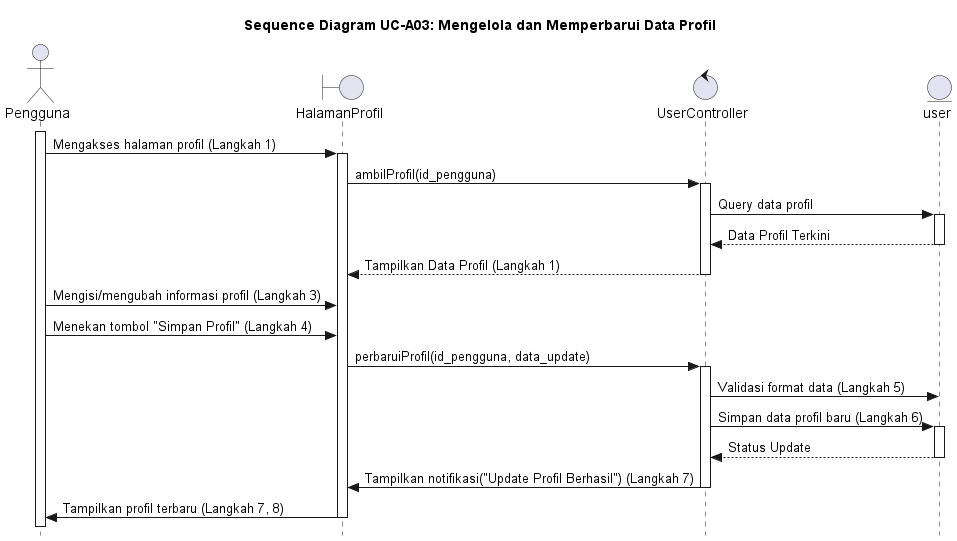
This is out/UC-A03/SD-UC-A03_UpdateProfil.png from alfiahnurfa/RSI-PROYEK-AKHIR-SEQUENCE, a PlantUML export, as it was before one commit.
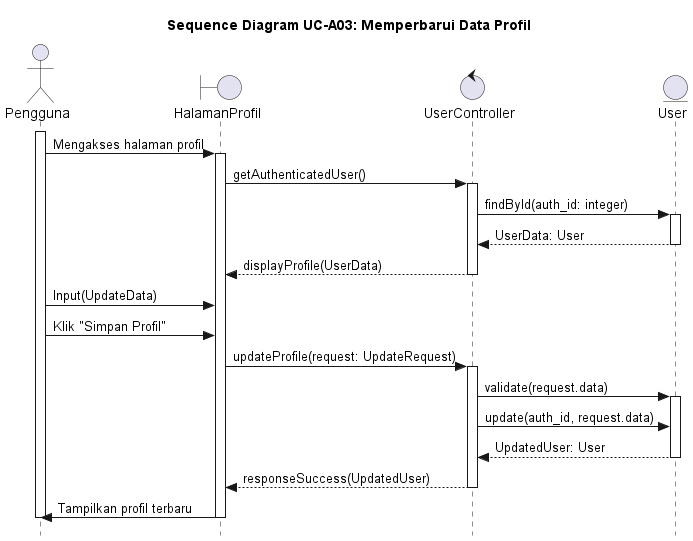
Above is the later version.

Diff of the diagram source:
```diff
@@ -1,48 +1,43 @@
 @startuml SD-UC-A03_UpdateProfil
-title Sequence Diagram UC-A03: Mengelola dan Memperbarui Data Profil
+title Sequence Diagram UC-A03: Memperbarui Data Profil
 skinparam style strictuml
 
 actor Pengguna
 boundary HalamanProfil
 control UserController
-entity user
-
+entity User
 
 activate Pengguna
-
-Pengguna -> HalamanProfil : Mengakses halaman profil (Langkah 1)
+Pengguna -> HalamanProfil : Mengakses halaman profil
 activate HalamanProfil
-HalamanProfil -> UserController : ambilProfil(id_pengguna)
+HalamanProfil -> UserController : getAuthenticatedUser()
 activate UserController
-UserController -> user : Query data profil
-activate user
-user --> UserController : Data Profil Terkini
-deactivate user
-UserController --> HalamanProfil : Tampilkan Data Profil (Langkah 1)
+UserController -> User : findById(auth_id: integer)
+activate User
+User --> UserController : UserData: User
+deactivate User
+UserController --> HalamanProfil : displayProfile(UserData)
 deactivate UserController
 
-Pengguna -> HalamanProfil : Mengisi/mengubah informasi profil (Langkah 3)
+Pengguna -> HalamanProfil : Input(UpdateData)
 
-Pengguna -> HalamanProfil : Menekan tombol "Simpan Profil" (Langkah 4)
+Pengguna -> HalamanProfil : Klik "Simpan Profil"
 
-HalamanProfil -> UserController : perbaruiProfil(id_pengguna, data_update)
+HalamanProfil -> UserController : updateProfile(request: UpdateRequest)
 activate UserController
 
-UserController -> user : Validasi format data (Langkah 5)
+UserController -> User : validate(request.data)
+activate User
+UserController -> User : update(auth_id, request.data)
 
-UserController -> user : Simpan data profil baru (Langkah 6)
-activate user
-user --> UserController : Status Update
-deactivate user
+User --> UserController : UpdatedUser: User
+deactivate User
 
-UserController -> HalamanProfil : Tampilkan notifikasi("Update Profil Berhasil") (Langkah 7)
+UserController --> HalamanProfil : responseSuccess(UpdatedUser)
 deactivate UserController
 
-HalamanProfil -> Pengguna : Tampilkan profil terbaru (Langkah 7, 8)
+HalamanProfil -> Pengguna : Tampilkan profil terbaru
 deactivate HalamanProfil
-
-
-
-
+deactivate Pengguna
 
 @enduml
```
